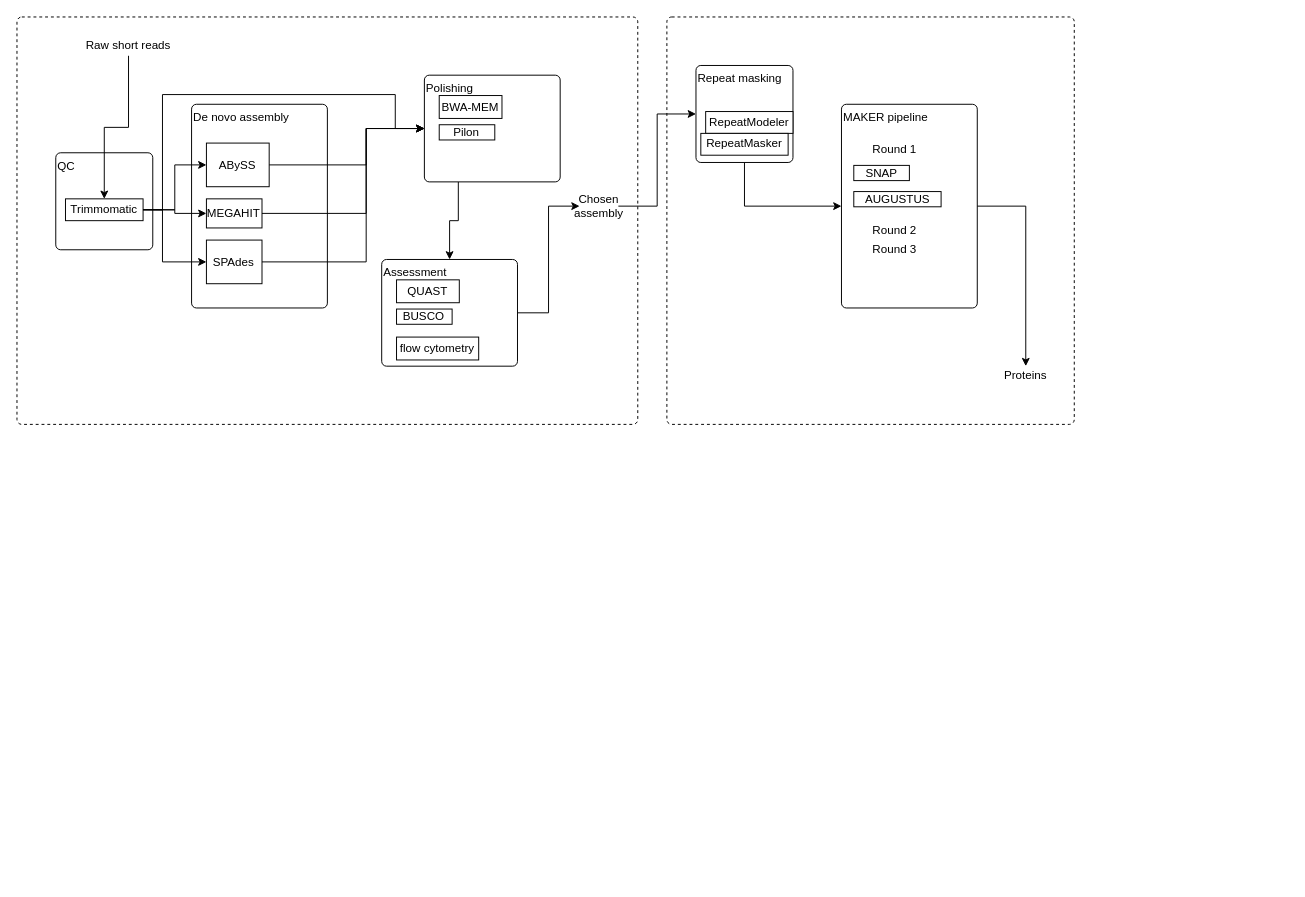
Above: FusariumEndo.drawio in Rowena-h/FusariumLifestyles (draw.io), before the change. Source tidied: cells renumbered, new cells numbered last; positions are measured from the earlier drawing's top-left corner, leaving out a move shared by most shapes. Both pictures are drawn from the tidied source at 97%, with x=0, y=0 at pixel (16, 16).
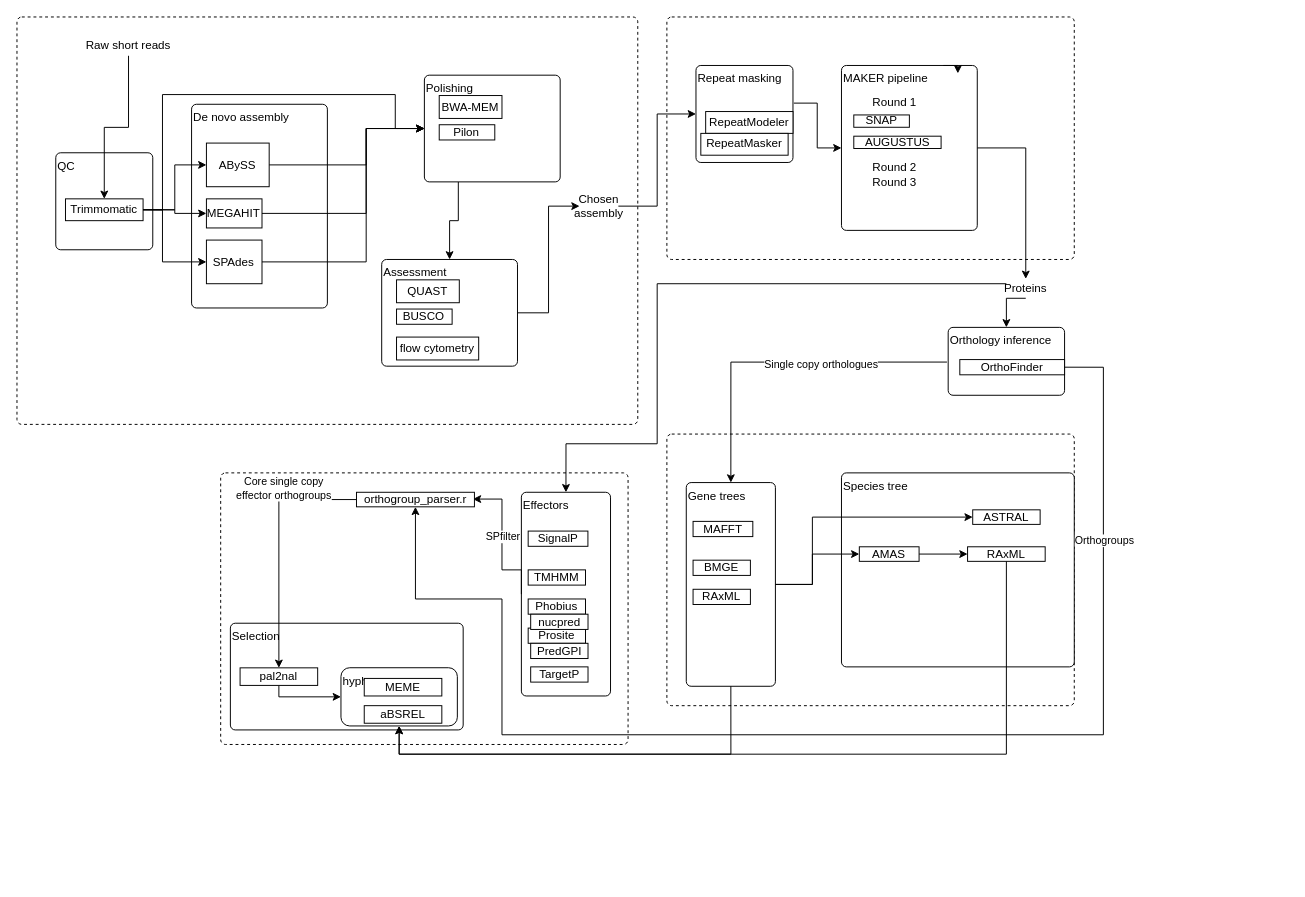
Above is the later version.

Unchanged cells that the change refers to:
```xml
<mxCell id="33" style="group;" parent="1" vertex="1">
  <mxGeometry x="670" width="640" height="420" as="geometry" />
</mxCell>
<mxCell id="43" value="Repeat masking" style="rounded=1;absoluteArcSize=1;html=1;arcSize=10;align=left;labelPosition=center;verticalLabelPosition=middle;verticalAlign=top;" parent="33" vertex="1">
  <mxGeometry x="30" y="50" width="100" height="100" as="geometry" />
</mxCell>
```

Change to the diagram source:
```diff
@@
     <mxCell id="34" style="rounded=1;absoluteArcSize=1;html=1;arcSize=10;align=left;dashed=1;" parent="33" vertex="1">
-      <mxGeometry width="420" height="420" as="geometry" />
+      <mxGeometry width="420" height="250" as="geometry" />
     </mxCell>
     <mxCell id="35" value="MAKER pipeline" style="rounded=1;absoluteArcSize=1;html=1;arcSize=10;verticalAlign=top;align=left;" parent="33" vertex="1">
-      <mxGeometry x="180" y="90" width="140" height="210" as="geometry" />
+      <mxGeometry x="180" y="50" width="140" height="170" as="geometry" />
     </mxCell>
     <mxCell id="36" style="html=1;shape=mxgraph.er.anchor;whiteSpace=wrap;" parent="35" vertex="1">
-      <mxGeometry width="70" height="210" as="geometry" />
+      <mxGeometry width="70" height="170" as="geometry" />
     </mxCell>
     <mxCell id="37" value="Round 1" style="text;html=1;strokeColor=none;fillColor=none;align=center;verticalAlign=middle;whiteSpace=wrap;rounded=0;dashed=1;" parent="35" vertex="1">
-      <mxGeometry x="10" y="36.8" width="90" height="20" as="geometry" />
+      <mxGeometry x="10" y="29.8" width="90" height="16.2" as="geometry" />
     </mxCell>
     <mxCell id="38" value="Round 2" style="text;html=1;strokeColor=none;fillColor=none;align=center;verticalAlign=middle;whiteSpace=wrap;rounded=0;dashed=1;" parent="35" vertex="1">
-      <mxGeometry x="10" y="120" width="90" height="20" as="geometry" />
+      <mxGeometry x="10" y="97.1" width="90" height="16.2" as="geometry" />
     </mxCell>
     <mxCell id="39" value="Round 3" style="text;html=1;strokeColor=none;fillColor=none;align=center;verticalAlign=middle;whiteSpace=wrap;rounded=0;dashed=1;" parent="35" vertex="1">
-      <mxGeometry x="10" y="140" width="90" height="20" as="geometry" />
+      <mxGeometry x="10" y="113.3" width="90" height="16.2" as="geometry" />
     </mxCell>
     <mxCell id="40" value="SNAP" style="rounded=0;whiteSpace=wrap;html=1;" parent="35" vertex="1">
-      <mxGeometry x="12.7" y="63" width="57.3" height="15.7" as="geometry" />
+      <mxGeometry x="12.7" y="51" width="57.3" height="12.7" as="geometry" />
     </mxCell>
     <mxCell id="41" value="AUGUSTUS" style="rounded=0;whiteSpace=wrap;html=1;" parent="35" vertex="1">
-      <mxGeometry x="12.7" y="90" width="90" height="15.7" as="geometry" />
+      <mxGeometry x="12.7" y="72.9" width="90" height="12.7" as="geometry" />
     </mxCell>
-    <mxCell id="42" style="edgeStyle=orthogonalEdgeStyle;rounded=0;jettySize=auto;html=1;exitX=0.5;exitY=1;exitDx=0;exitDy=0;entryX=0;entryY=0.5;entryDx=0;entryDy=0;" parent="33" edge="1" source="43" target="35">
+    <mxCell id="42" style="edgeStyle=orthogonalEdgeStyle;rounded=0;jettySize=auto;html=1;exitX=1.009;exitY=0.388;exitDx=0;exitDy=0;entryX=0;entryY=0.5;entryDx=0;entryDy=0;exitPerimeter=0;" parent="33" edge="1" source="43" target="35">
       <mxGeometry relative="1" as="geometry" />
     </mxCell>
@@
     <mxCell id="48" value="Proteins" style="text;html=1;strokeColor=none;fillColor=none;align=center;verticalAlign=middle;whiteSpace=wrap;rounded=0;dashed=1;" parent="33" vertex="1">
-      <mxGeometry x="350" y="360" width="40" height="20" as="geometry" />
+      <mxGeometry x="350" y="270" width="40" height="20" as="geometry" />
     </mxCell>
+    <mxCell id="50" style="edgeStyle=orthogonalEdgeStyle;rounded=0;orthogonalLoop=1;jettySize=auto;html=1;exitX=0.75;exitY=0;exitDx=0;exitDy=0;entryX=0.857;entryY=0.048;entryDx=0;entryDy=0;entryPerimeter=0;" parent="33" edge="1" source="35" target="35">
+      <mxGeometry relative="1" as="geometry" />
+    </mxCell>
+    <mxCell id="51" value="Orthology inference" style="rounded=1;absoluteArcSize=1;html=1;arcSize=10;align=left;labelPosition=center;verticalLabelPosition=middle;verticalAlign=top;" parent="33" vertex="1">
+      <mxGeometry x="290" y="320" width="120" height="70" as="geometry" />
+    </mxCell>
+    <mxCell id="52" style="html=1;shape=mxgraph.er.anchor;whiteSpace=wrap;" parent="51" vertex="1">
+      <mxGeometry width="60" height="70" as="geometry" />
+    </mxCell>
+    <mxCell id="53" value="OrthoFinder" style="rounded=0;whiteSpace=wrap;html=1;" parent="51" vertex="1">
+      <mxGeometry x="12" y="33.2" width="108" height="15.7" as="geometry" />
+    </mxCell>
+    <mxCell id="54" style="edgeStyle=orthogonalEdgeStyle;rounded=0;jettySize=auto;html=1;exitX=0.5;exitY=1;exitDx=0;exitDy=0;entryX=0.5;entryY=0;entryDx=0;entryDy=0;" parent="33" edge="1" source="48" target="51">
+      <mxGeometry relative="1" as="geometry" />
+    </mxCell>
@@
+    <mxCell id="55" style="group;" parent="1" vertex="1">
+      <mxGeometry x="670" y="430" width="420" height="420" as="geometry" />
+    </mxCell>
+    <mxCell id="56" style="rounded=1;absoluteArcSize=1;html=1;arcSize=10;align=left;dashed=1;" parent="55" vertex="1">
+      <mxGeometry width="420" height="280" as="geometry" />
+    </mxCell>
+    <mxCell id="57" value="Gene trees" style="rounded=1;absoluteArcSize=1;html=1;arcSize=10;verticalAlign=top;align=left;" parent="55" vertex="1">
+      <mxGeometry x="20" y="50" width="91.9" height="210" as="geometry" />
+    </mxCell>
+    <mxCell id="58" style="html=1;shape=mxgraph.er.anchor;whiteSpace=wrap;" parent="57" vertex="1">
+      <mxGeometry width="45.9" height="210" as="geometry" />
+    </mxCell>
+    <mxCell id="59" value="MAFFT" style="rounded=0;whiteSpace=wrap;html=1;" parent="57" vertex="1">
+      <mxGeometry x="7" y="40" width="61.6" height="15.7" as="geometry" />
+    </mxCell>
+    <mxCell id="60" value="BMGE" style="rounded=0;whiteSpace=wrap;html=1;" parent="57" vertex="1">
+      <mxGeometry x="7" y="80" width="59.1" height="15.7" as="geometry" />
+    </mxCell>
+    <mxCell id="61" value="RAxML" style="rounded=0;whiteSpace=wrap;html=1;" parent="57" vertex="1">
+      <mxGeometry x="7" y="110" width="59.1" height="15.7" as="geometry" />
+    </mxCell>
+    <mxCell id="62" value="Species tree" style="rounded=1;absoluteArcSize=1;html=1;arcSize=10;verticalAlign=top;align=left;" parent="55" vertex="1">
+      <mxGeometry x="180" y="40" width="240" height="200" as="geometry" />
+    </mxCell>
+    <mxCell id="63" style="html=1;shape=mxgraph.er.anchor;whiteSpace=wrap;" parent="62" vertex="1">
+      <mxGeometry width="120" height="200" as="geometry" />
+    </mxCell>
+    <mxCell id="64" value="ASTRAL" style="rounded=0;whiteSpace=wrap;html=1;" parent="62" vertex="1">
+      <mxGeometry x="135.3" y="38.1" width="69.5" height="15" as="geometry" />
+    </mxCell>
+    <mxCell id="65" style="edgeStyle=orthogonalEdgeStyle;rounded=0;jettySize=auto;html=1;exitX=1;exitY=0.5;exitDx=0;exitDy=0;entryX=0;entryY=0.5;entryDx=0;entryDy=0;" parent="62" edge="1" source="66" target="67">
+      <mxGeometry relative="1" as="geometry" />
+    </mxCell>
+    <mxCell id="66" value="AMAS" style="rounded=0;whiteSpace=wrap;html=1;" parent="62" vertex="1">
+      <mxGeometry x="18.4" y="76.2" width="61.6" height="15" as="geometry" />
+    </mxCell>
+    <mxCell id="67" value="RAxML" style="rounded=0;whiteSpace=wrap;html=1;" parent="62" vertex="1">
+      <mxGeometry x="130" y="76.2" width="80" height="15" as="geometry" />
+    </mxCell>
+    <mxCell id="68" style="edgeStyle=orthogonalEdgeStyle;rounded=0;jettySize=auto;html=1;exitX=1;exitY=0.5;exitDx=0;exitDy=0;entryX=0;entryY=0.5;entryDx=0;entryDy=0;" parent="55" edge="1" source="57" target="64">
+      <mxGeometry relative="1" as="geometry">
+        <Array as="points">
+          <mxPoint x="150" y="155" />
+          <mxPoint x="150" y="86" />
+        </Array>
+      </mxGeometry>
+    </mxCell>
+    <mxCell id="69" style="edgeStyle=orthogonalEdgeStyle;rounded=0;jettySize=auto;html=1;exitX=1;exitY=0.5;exitDx=0;exitDy=0;entryX=0;entryY=0.5;entryDx=0;entryDy=0;" parent="55" edge="1" source="57" target="66">
+      <mxGeometry relative="1" as="geometry">
+        <Array as="points">
+          <mxPoint x="150" y="155" />
+          <mxPoint x="150" y="124" />
+        </Array>
+      </mxGeometry>
+    </mxCell>
+    <mxCell id="70" style="group;" parent="1" vertex="1">
+      <mxGeometry x="210" y="470" width="420" height="420" as="geometry" />
+    </mxCell>
+    <mxCell id="71" style="rounded=1;absoluteArcSize=1;html=1;arcSize=10;align=left;dashed=1;" parent="70" vertex="1">
+      <mxGeometry width="420" height="280" as="geometry" />
+    </mxCell>
+    <mxCell id="72" value="Effectors" style="rounded=1;absoluteArcSize=1;html=1;arcSize=10;verticalAlign=top;align=left;" parent="70" vertex="1">
+      <mxGeometry x="310" y="20" width="91.9" height="210" as="geometry" />
+    </mxCell>
+    <mxCell id="73" style="html=1;shape=mxgraph.er.anchor;whiteSpace=wrap;" parent="72" vertex="1">
+      <mxGeometry width="45.9" height="210" as="geometry" />
+    </mxCell>
+    <mxCell id="74" value="SignalP" style="rounded=0;whiteSpace=wrap;html=1;" parent="72" vertex="1">
+      <mxGeometry x="7" y="40" width="61.6" height="15.7" as="geometry" />
+    </mxCell>
+    <mxCell id="75" value="TMHMM" style="rounded=0;whiteSpace=wrap;html=1;" parent="72" vertex="1">
+      <mxGeometry x="7" y="80" width="59.1" height="15.7" as="geometry" />
+    </mxCell>
+    <mxCell id="76" value="Phobius" style="rounded=0;whiteSpace=wrap;html=1;" parent="72" vertex="1">
+      <mxGeometry x="7" y="110" width="59.1" height="15.7" as="geometry" />
+    </mxCell>
+    <mxCell id="77" value="Prosite" style="rounded=0;whiteSpace=wrap;html=1;" parent="72" vertex="1">
+      <mxGeometry x="7" y="140" width="59.1" height="15.7" as="geometry" />
+    </mxCell>
+    <mxCell id="78" value="PredGPI" style="rounded=0;whiteSpace=wrap;html=1;" parent="72" vertex="1">
+      <mxGeometry x="9.6" y="155.7" width="59.1" height="15.7" as="geometry" />
+    </mxCell>
+    <mxCell id="79" value="TargetP" style="rounded=0;whiteSpace=wrap;html=1;" parent="72" vertex="1">
+      <mxGeometry x="9.6" y="180" width="59.1" height="15.7" as="geometry" />
+    </mxCell>
+    <mxCell id="80" value="nucpred" style="rounded=0;whiteSpace=wrap;html=1;" parent="72" vertex="1">
+      <mxGeometry x="9.6" y="125.7" width="59.1" height="15.7" as="geometry" />
+    </mxCell>
+    <mxCell id="81" value="Selection" style="rounded=1;absoluteArcSize=1;html=1;arcSize=10;verticalAlign=top;align=left;" parent="70" vertex="1">
+      <mxGeometry x="10" y="155" width="240" height="110" as="geometry" />
+    </mxCell>
+    <mxCell id="82" style="html=1;shape=mxgraph.er.anchor;whiteSpace=wrap;" parent="81" vertex="1">
+      <mxGeometry width="120" height="110" as="geometry" />
+    </mxCell>
+    <mxCell id="83" style="edgeStyle=orthogonalEdgeStyle;rounded=0;jettySize=auto;html=1;exitX=0.5;exitY=1;exitDx=0;exitDy=0;entryX=0;entryY=0.5;entryDx=0;entryDy=0;" parent="81" edge="1" source="84" target="86">
+      <mxGeometry relative="1" as="geometry">
+        <Array as="points">
+          <mxPoint x="50" y="76" />
+        </Array>
+      </mxGeometry>
+    </mxCell>
+    <mxCell id="84" value="pal2nal" style="rounded=0;whiteSpace=wrap;html=1;" parent="81" vertex="1">
+      <mxGeometry x="10" y="46" width="80" height="18.1" as="geometry" />
+    </mxCell>
+    <mxCell id="85" style="group;verticalAlign=top;align=left;" parent="81" vertex="1">
+      <mxGeometry x="114" y="45.9" width="120" height="60" as="geometry" />
+    </mxCell>
+    <mxCell id="86" value="&lt;div align=&quot;left&quot;&gt;hyphy&lt;/div&gt;" style="rounded=1;whiteSpace=wrap;html=1;align=left;verticalAlign=top;" parent="85" vertex="1">
+      <mxGeometry width="120" height="60" as="geometry" />
+    </mxCell>
+    <mxCell id="87" value="MEME" style="rounded=0;whiteSpace=wrap;html=1;" parent="85" vertex="1">
+      <mxGeometry x="24" y="11" width="80" height="18.1" as="geometry" />
+    </mxCell>
+    <mxCell id="88" value="aBSREL" style="rounded=0;whiteSpace=wrap;html=1;" parent="85" vertex="1">
+      <mxGeometry x="24" y="39.1" width="80" height="18.1" as="geometry" />
+    </mxCell>
+    <mxCell id="89" style="edgeStyle=orthogonalEdgeStyle;rounded=0;jettySize=auto;html=1;exitX=0;exitY=0.5;exitDx=0;exitDy=0;" parent="70" edge="1" source="72">
+      <mxGeometry relative="1" as="geometry">
+        <mxPoint x="260" y="27" as="targetPoint" />
+        <Array as="points">
+          <mxPoint x="310" y="100" />
+          <mxPoint x="290" y="100" />
+          <mxPoint x="290" y="27" />
+        </Array>
+      </mxGeometry>
+    </mxCell>
+    <mxCell id="90" value="SPfilter" style="edgeLabel;html=1;align=center;verticalAlign=middle;" parent="89" vertex="1">
+      <mxGeometry x="-0.47" y="-2" relative="1" as="geometry">
+        <mxPoint x="-6" y="-32.3" as="offset" />
+      </mxGeometry>
+    </mxCell>
+    <mxCell id="91" value="orthogroup_parser.r" style="rounded=0;whiteSpace=wrap;html=1;" parent="70" vertex="1">
+      <mxGeometry x="140" y="20" width="121.6" height="15" as="geometry" />
+    </mxCell>
+    <mxCell id="92" style="edgeStyle=orthogonalEdgeStyle;rounded=0;jettySize=auto;html=1;exitX=0;exitY=0.5;exitDx=0;exitDy=0;entryX=0.5;entryY=0;entryDx=0;entryDy=0;" parent="70" edge="1" source="91" target="84">
+      <mxGeometry relative="1" as="geometry" />
+    </mxCell>
+    <mxCell id="93" value="&lt;div&gt;Core single copy&lt;/div&gt;&lt;div&gt;effector orthogroups&lt;br&gt;&lt;/div&gt;" style="edgeLabel;html=1;align=center;verticalAlign=middle;" parent="92" vertex="1">
+      <mxGeometry x="-0.28" relative="1" as="geometry">
+        <mxPoint x="4" y="-22.6" as="offset" />
+      </mxGeometry>
+    </mxCell>
+    <mxCell id="94" style="edgeStyle=orthogonalEdgeStyle;rounded=0;jettySize=auto;html=1;exitX=0;exitY=0.25;exitDx=0;exitDy=0;entryX=0.5;entryY=0;entryDx=0;entryDy=0;" parent="1" edge="1" source="48" target="72">
+      <mxGeometry relative="1" as="geometry">
+        <Array as="points">
+          <mxPoint x="660" y="275" />
+          <mxPoint x="660" y="440" />
+          <mxPoint x="566" y="440" />
+        </Array>
+      </mxGeometry>
+    </mxCell>
+    <mxCell id="95" style="edgeStyle=orthogonalEdgeStyle;rounded=0;jettySize=auto;html=1;exitX=1;exitY=0.5;exitDx=0;exitDy=0;entryX=0.5;entryY=1;entryDx=0;entryDy=0;" parent="1" edge="1" source="53" target="91">
+      <mxGeometry relative="1" as="geometry">
+        <Array as="points">
+          <mxPoint x="1120" y="361" />
+          <mxPoint x="1120" y="740" />
+          <mxPoint x="500" y="740" />
+          <mxPoint x="500" y="600" />
+          <mxPoint x="411" y="600" />
+        </Array>
+      </mxGeometry>
+    </mxCell>
+    <mxCell id="96" value="Orthogroups" style="edgeLabel;html=1;align=center;verticalAlign=middle;" parent="95" vertex="1">
+      <mxGeometry x="-0.68" relative="1" as="geometry" />
+    </mxCell>
+    <mxCell id="97" style="edgeStyle=orthogonalEdgeStyle;rounded=0;jettySize=auto;html=1;exitX=-0.021;exitY=0.511;exitDx=0;exitDy=0;entryX=0.5;entryY=0;entryDx=0;entryDy=0;exitPerimeter=0;" parent="1" edge="1" source="52" target="57">
+      <mxGeometry relative="1" as="geometry">
+        <Array as="points">
+          <mxPoint x="736" y="356" />
+        </Array>
+      </mxGeometry>
+    </mxCell>
+    <mxCell id="98" value="Single copy orthologues" style="edgeLabel;html=1;align=center;verticalAlign=middle;" parent="97" vertex="1">
+      <mxGeometry x="-0.25" y="2" relative="1" as="geometry" />
+    </mxCell>
+    <mxCell id="99" style="edgeStyle=orthogonalEdgeStyle;rounded=0;jettySize=auto;html=1;exitX=0.5;exitY=1;exitDx=0;exitDy=0;entryX=0.5;entryY=1;entryDx=0;entryDy=0;" parent="1" edge="1" source="57" target="86">
+      <mxGeometry relative="1" as="geometry">
+        <Array as="points">
+          <mxPoint x="736" y="760" />
+          <mxPoint x="394" y="760" />
+        </Array>
+      </mxGeometry>
+    </mxCell>
+    <mxCell id="100" style="edgeStyle=orthogonalEdgeStyle;rounded=0;jettySize=auto;html=1;exitX=0.5;exitY=1;exitDx=0;exitDy=0;entryX=0.5;entryY=1;entryDx=0;entryDy=0;" parent="1" edge="1" source="67" target="86">
+      <mxGeometry relative="1" as="geometry">
+        <Array as="points">
+          <mxPoint x="1020" y="760" />
+          <mxPoint x="394" y="760" />
+        </Array>
+      </mxGeometry>
+    </mxCell>
```
